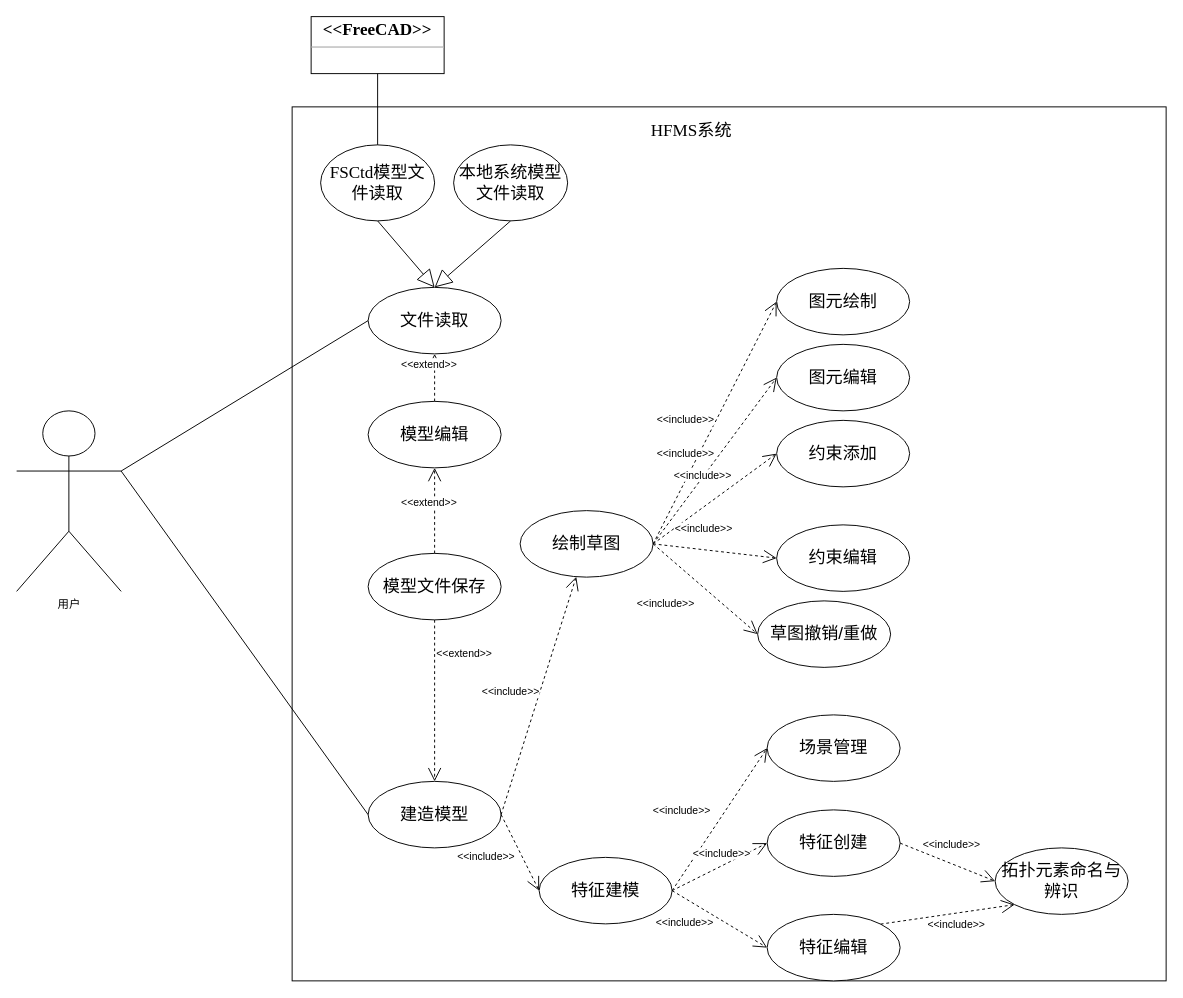
Above: 用例图.drawio in liuhuliuhu123/First-test (draw.io), before the change. Source tidied: cells renumbered, new cells numbered last; positions are measured from the earlier drawing's top-left corner, leaving out a move shared by most shapes. Both pictures are drawn from the tidied source at 95%, with x=0, y=0 at pixel (16, 16).
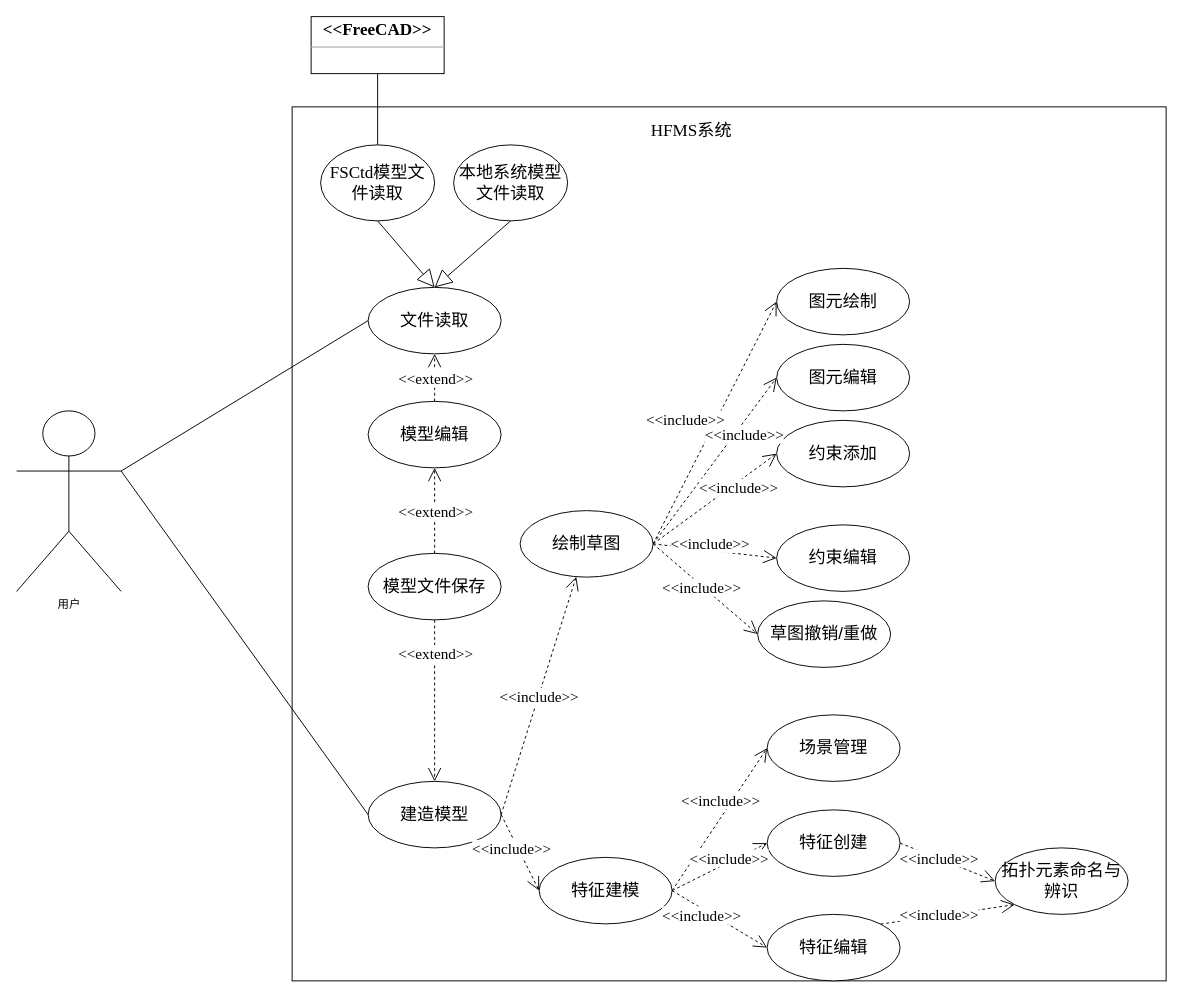
After the change.

Commit message:
更新用例图.drawio

Unchanged cells that the change refers to:
```xml
<mxCell id="13" style="endArrow=open;endFill=1;endSize=12;html=1;rounded=0;entryX=0.5;entryY=1;entryDx=0;entryDy=0;dashed=1;" parent="1" edge="1" source="12" target="6">
  <mxGeometry relative="1" as="geometry" />
</mxCell>
<mxCell id="16" style="endArrow=open;endFill=1;endSize=12;html=1;rounded=0;exitX=0.5;exitY=0;exitDx=0;exitDy=0;entryX=0.5;entryY=1;entryDx=0;entryDy=0;dashed=1;" parent="1" edge="1" source="15" target="12">
  <mxGeometry relative="1" as="geometry" />
</mxCell>
<mxCell id="18" style="endArrow=open;endFill=1;endSize=12;html=1;rounded=0;exitX=0.5;exitY=1;exitDx=0;exitDy=0;dashed=1;" parent="1" edge="1" source="15" target="11">
  <mxGeometry relative="1" as="geometry" />
</mxCell>
<mxCell id="30" style="endArrow=open;endFill=1;endSize=12;html=1;rounded=0;exitX=1;exitY=0.5;exitDx=0;exitDy=0;dashed=1;" parent="1" edge="1" source="11" target="26">
  <mxGeometry relative="1" as="geometry" />
</mxCell>
<mxCell id="32" style="endArrow=open;endFill=1;endSize=12;html=1;rounded=0;dashed=1;entryX=0;entryY=0.5;entryDx=0;entryDy=0;exitX=1;exitY=0.5;exitDx=0;exitDy=0;" parent="1" edge="1" source="11" target="20">
  <mxGeometry relative="1" as="geometry" />
</mxCell>
<mxCell id="34" style="endArrow=open;endFill=1;endSize=12;html=1;rounded=0;exitX=1;exitY=0.5;exitDx=0;exitDy=0;dashed=1;entryX=0;entryY=0.5;entryDx=0;entryDy=0;" parent="1" edge="1" source="26" target="24">
  <mxGeometry relative="1" as="geometry" />
</mxCell>
<mxCell id="36" style="endArrow=open;endFill=1;endSize=12;html=1;rounded=0;dashed=1;entryX=0;entryY=0.5;entryDx=0;entryDy=0;exitX=1;exitY=0.5;exitDx=0;exitDy=0;" parent="1" edge="1" source="26" target="28">
  <mxGeometry relative="1" as="geometry" />
</mxCell>
<mxCell id="38" style="endArrow=open;endFill=1;endSize=12;html=1;rounded=0;exitX=1;exitY=0.5;exitDx=0;exitDy=0;dashed=1;entryX=0;entryY=0.5;entryDx=0;entryDy=0;" parent="1" edge="1" source="26" target="23">
  <mxGeometry relative="1" as="geometry" />
</mxCell>
<mxCell id="40" style="endArrow=open;endFill=1;endSize=12;html=1;rounded=0;dashed=1;entryX=0;entryY=0.5;entryDx=0;entryDy=0;exitX=1;exitY=0.5;exitDx=0;exitDy=0;" parent="1" edge="1" source="26" target="29">
  <mxGeometry relative="1" as="geometry" />
</mxCell>
<mxCell id="42" style="endArrow=open;endFill=1;endSize=12;html=1;rounded=0;dashed=1;entryX=0;entryY=0.5;entryDx=0;entryDy=0;exitX=1;exitY=0.5;exitDx=0;exitDy=0;" parent="1" edge="1" source="26" target="25">
  <mxGeometry relative="1" as="geometry" />
</mxCell>
<mxCell id="44" style="endArrow=open;endFill=1;endSize=12;html=1;rounded=0;exitX=1;exitY=0.5;exitDx=0;exitDy=0;dashed=1;entryX=0;entryY=0.5;entryDx=0;entryDy=0;" parent="1" edge="1" source="20" target="27">
  <mxGeometry relative="1" as="geometry" />
</mxCell>
<mxCell id="46" style="endArrow=open;endFill=1;endSize=12;html=1;rounded=0;dashed=1;entryX=0;entryY=0.5;entryDx=0;entryDy=0;exitX=1;exitY=0.5;exitDx=0;exitDy=0;" parent="1" edge="1" source="20" target="21">
  <mxGeometry relative="1" as="geometry" />
</mxCell>
<mxCell id="48" style="endArrow=open;endFill=1;endSize=12;html=1;rounded=0;dashed=1;entryX=0;entryY=0.5;entryDx=0;entryDy=0;exitX=1;exitY=0.5;exitDx=0;exitDy=0;" parent="1" edge="1" source="20" target="22">
  <mxGeometry relative="1" as="geometry" />
</mxCell>
<mxCell id="53" style="endArrow=open;endFill=1;endSize=12;html=1;rounded=0;dashed=1;entryX=0;entryY=0.5;entryDx=0;entryDy=0;exitX=1;exitY=0.5;exitDx=0;exitDy=0;" parent="1" edge="1" source="21" target="52">
  <mxGeometry relative="1" as="geometry" />
</mxCell>
<mxCell id="56" style="endArrow=open;endFill=1;endSize=12;html=1;rounded=0;dashed=1;exitX=1;exitY=0;exitDx=0;exitDy=0;entryX=0;entryY=1;entryDx=0;entryDy=0;" parent="1" edge="1" source="22" target="52">
  <mxGeometry relative="1" as="geometry" />
</mxCell>
```

What changed in the source:
```diff
@@
-    <mxCell id="14" value="&amp;lt;&amp;lt;extend&amp;gt;&amp;gt;" style="edgeLabel;html=1;align=center;verticalAlign=middle;" parent="13" vertex="1">
+    <mxCell id="14" value="&amp;lt;&amp;lt;extend&amp;gt;&amp;gt;" style="edgeLabel;html=1;align=center;verticalAlign=middle;fontSize=16;fontFamily=Times New Roman;" parent="13" vertex="1">
       <mxGeometry x="-0.31" y="-2" relative="1" as="geometry">
-        <mxPoint x="-9" y="-23" as="offset" />
+        <mxPoint x="-2" y="-8" as="offset" />
       </mxGeometry>
     </mxCell>
@@
-    <mxCell id="17" value="&amp;lt;&amp;lt;extend&amp;gt;&amp;gt;" style="edgeLabel;html=1;align=center;verticalAlign=middle;" parent="16" vertex="1">
+    <mxCell id="17" value="&lt;font face=&quot;Times New Roman&quot; style=&quot;font-size: 16px;&quot;&gt;&amp;lt;&amp;lt;extend&amp;gt;&amp;gt;&lt;/font&gt;" style="edgeLabel;html=1;align=center;verticalAlign=middle;" parent="16" vertex="1">
       <mxGeometry x="-0.31" y="-2" relative="1" as="geometry">
-        <mxPoint x="-9" y="-23" as="offset" />
+        <mxPoint x="-2" y="-14" as="offset" />
       </mxGeometry>
     </mxCell>
@@
-    <mxCell id="19" value="&amp;lt;&amp;lt;extend&amp;gt;&amp;gt;" style="edgeLabel;html=1;align=center;verticalAlign=middle;" parent="18" vertex="1">
+    <mxCell id="19" value="&amp;lt;&amp;lt;extend&amp;gt;&amp;gt;" style="edgeLabel;html=1;align=center;verticalAlign=middle;fontFamily=Times New Roman;fontSize=16;" parent="18" vertex="1">
       <mxGeometry x="-0.31" y="-2" relative="1" as="geometry">
-        <mxPoint x="32" y="-24" as="offset" />
+        <mxPoint x="2" y="-24" as="offset" />
       </mxGeometry>
     </mxCell>
@@
-    <mxCell id="31" value="&amp;lt;&amp;lt;include&amp;gt;&amp;gt;" style="edgeLabel;html=1;align=center;verticalAlign=middle;" parent="30" vertex="1">
+    <mxCell id="31" value="&amp;lt;&amp;lt;include&amp;gt;&amp;gt;" style="edgeLabel;html=1;align=center;verticalAlign=middle;fontFamily=Times New Roman;fontSize=16;" parent="30" vertex="1">
       <mxGeometry x="-0.09" y="2" relative="1" as="geometry">
-        <mxPoint x="-24" y="-15" as="offset" />
+        <mxPoint x="6" y="-10" as="offset" />
       </mxGeometry>
     </mxCell>
@@
-    <mxCell id="33" value="&amp;lt;&amp;lt;include&amp;gt;&amp;gt;" style="edgeLabel;html=1;align=center;verticalAlign=middle;" parent="32" vertex="1">
+    <mxCell id="33" value="&amp;lt;&amp;lt;include&amp;gt;&amp;gt;" style="edgeLabel;html=1;align=center;verticalAlign=middle;fontFamily=Times New Roman;fontSize=16;" parent="32" vertex="1">
       <mxGeometry x="-0.09" y="2" relative="1" as="geometry">
-        <mxPoint x="-37" y="8" as="offset" />
+        <mxPoint x="-10" as="offset" />
       </mxGeometry>
     </mxCell>
@@
-    <mxCell id="35" value="&amp;lt;&amp;lt;include&amp;gt;&amp;gt;" style="edgeLabel;html=1;align=center;verticalAlign=middle;" parent="34" vertex="1">
+    <mxCell id="35" value="&amp;lt;&amp;lt;include&amp;gt;&amp;gt;" style="edgeLabel;html=1;align=center;verticalAlign=middle;fontFamily=Times New Roman;fontSize=16;" parent="34" vertex="1">
       <mxGeometry x="-0.09" y="2" relative="1" as="geometry">
         <mxPoint x="-24" y="-15" as="offset" />
       </mxGeometry>
     </mxCell>
@@
-    <mxCell id="37" value="&amp;lt;&amp;lt;include&amp;gt;&amp;gt;" style="edgeLabel;html=1;align=center;verticalAlign=middle;" parent="36" vertex="1">
+    <mxCell id="37" value="&amp;lt;&amp;lt;include&amp;gt;&amp;gt;" style="edgeLabel;html=1;align=center;verticalAlign=middle;fontFamily=Times New Roman;fontSize=16;" parent="36" vertex="1">
       <mxGeometry x="-0.09" y="2" relative="1" as="geometry">
-        <mxPoint x="-24" y="-15" as="offset" />
+        <mxPoint x="38" y="-35" as="offset" />
       </mxGeometry>
     </mxCell>
@@
-    <mxCell id="39" value="&amp;lt;&amp;lt;include&amp;gt;&amp;gt;" style="edgeLabel;html=1;align=center;verticalAlign=middle;" parent="38" vertex="1">
+    <mxCell id="39" value="&amp;lt;&amp;lt;include&amp;gt;&amp;gt;" style="edgeLabel;html=1;align=center;verticalAlign=middle;fontFamily=Times New Roman;fontSize=16;" parent="38" vertex="1">
       <mxGeometry x="-0.09" y="2" relative="1" as="geometry">
-        <mxPoint x="-6" y="-28" as="offset" />
+        <mxPoint x="32" y="-15" as="offset" />
       </mxGeometry>
     </mxCell>
@@
-    <mxCell id="41" value="&amp;lt;&amp;lt;include&amp;gt;&amp;gt;" style="edgeLabel;html=1;align=center;verticalAlign=middle;" parent="40" vertex="1">
+    <mxCell id="41" value="&amp;lt;&amp;lt;include&amp;gt;&amp;gt;" style="edgeLabel;html=1;align=center;verticalAlign=middle;fontFamily=Times New Roman;fontSize=16;" parent="40" vertex="1">
       <mxGeometry x="-0.09" y="2" relative="1" as="geometry">
-        <mxPoint x="-7" y="-21" as="offset" />
+        <mxPoint y="-5" as="offset" />
       </mxGeometry>
     </mxCell>
@@
-    <mxCell id="43" value="&amp;lt;&amp;lt;include&amp;gt;&amp;gt;" style="edgeLabel;html=1;align=center;verticalAlign=middle;" parent="42" vertex="1">
+    <mxCell id="43" value="&amp;lt;&amp;lt;include&amp;gt;&amp;gt;" style="edgeLabel;html=1;align=center;verticalAlign=middle;fontFamily=Times New Roman;fontSize=16;" parent="42" vertex="1">
       <mxGeometry x="-0.09" y="2" relative="1" as="geometry">
-        <mxPoint x="-39" y="21" as="offset" />
+        <mxPoint x="-1" y="4" as="offset" />
       </mxGeometry>
     </mxCell>
@@
-    <mxCell id="45" value="&amp;lt;&amp;lt;include&amp;gt;&amp;gt;" style="edgeLabel;html=1;align=center;verticalAlign=middle;" parent="44" vertex="1">
+    <mxCell id="45" value="&amp;lt;&amp;lt;include&amp;gt;&amp;gt;" style="edgeLabel;html=1;align=center;verticalAlign=middle;fontFamily=Times New Roman;fontSize=16;" parent="44" vertex="1">
       <mxGeometry x="-0.09" y="2" relative="1" as="geometry">
-        <mxPoint x="-34" y="-15" as="offset" />
+        <mxPoint x="7" y="-26" as="offset" />
       </mxGeometry>
     </mxCell>
@@
-    <mxCell id="47" value="&amp;lt;&amp;lt;include&amp;gt;&amp;gt;" style="edgeLabel;html=1;align=center;verticalAlign=middle;" parent="46" vertex="1">
+    <mxCell id="47" value="&amp;lt;&amp;lt;include&amp;gt;&amp;gt;" style="edgeLabel;html=1;align=center;verticalAlign=middle;fontFamily=Times New Roman;fontSize=16;" parent="46" vertex="1">
       <mxGeometry x="-0.09" y="2" relative="1" as="geometry">
-        <mxPoint x="7" y="-15" as="offset" />
+        <mxPoint x="15" y="-10" as="offset" />
       </mxGeometry>
     </mxCell>
@@
-    <mxCell id="49" value="&amp;lt;&amp;lt;include&amp;gt;&amp;gt;" style="edgeLabel;html=1;align=center;verticalAlign=middle;" parent="48" vertex="1">
+    <mxCell id="49" value="&amp;lt;&amp;lt;include&amp;gt;&amp;gt;" style="edgeLabel;html=1;align=center;verticalAlign=middle;fontFamily=Times New Roman;fontSize=16;" parent="48" vertex="1">
       <mxGeometry x="-0.09" y="2" relative="1" as="geometry">
-        <mxPoint x="-34" y="8" as="offset" />
+        <mxPoint x="-16" as="offset" />
       </mxGeometry>
     </mxCell>
@@
-    <mxCell id="54" value="&amp;lt;&amp;lt;include&amp;gt;&amp;gt;" style="edgeLabel;html=1;align=center;verticalAlign=middle;" parent="53" vertex="1">
+    <mxCell id="54" value="&amp;lt;&amp;lt;include&amp;gt;&amp;gt;" style="edgeLabel;html=1;align=center;verticalAlign=middle;fontFamily=Times New Roman;fontSize=16;" parent="53" vertex="1">
       <mxGeometry x="-0.09" y="2" relative="1" as="geometry">
-        <mxPoint x="7" y="-15" as="offset" />
+        <mxPoint x="-6" y="-1" as="offset" />
       </mxGeometry>
     </mxCell>
@@
-    <mxCell id="57" value="&amp;lt;&amp;lt;include&amp;gt;&amp;gt;" style="edgeLabel;html=1;align=center;verticalAlign=middle;" parent="56" vertex="1">
+    <mxCell id="57" value="&amp;lt;&amp;lt;include&amp;gt;&amp;gt;" style="edgeLabel;html=1;align=center;verticalAlign=middle;fontFamily=Times New Roman;fontSize=16;" parent="56" vertex="1">
       <mxGeometry x="-0.09" y="2" relative="1" as="geometry">
-        <mxPoint x="15" y="12" as="offset" />
+        <mxPoint x="-3" y="1" as="offset" />
       </mxGeometry>
     </mxCell>
```
